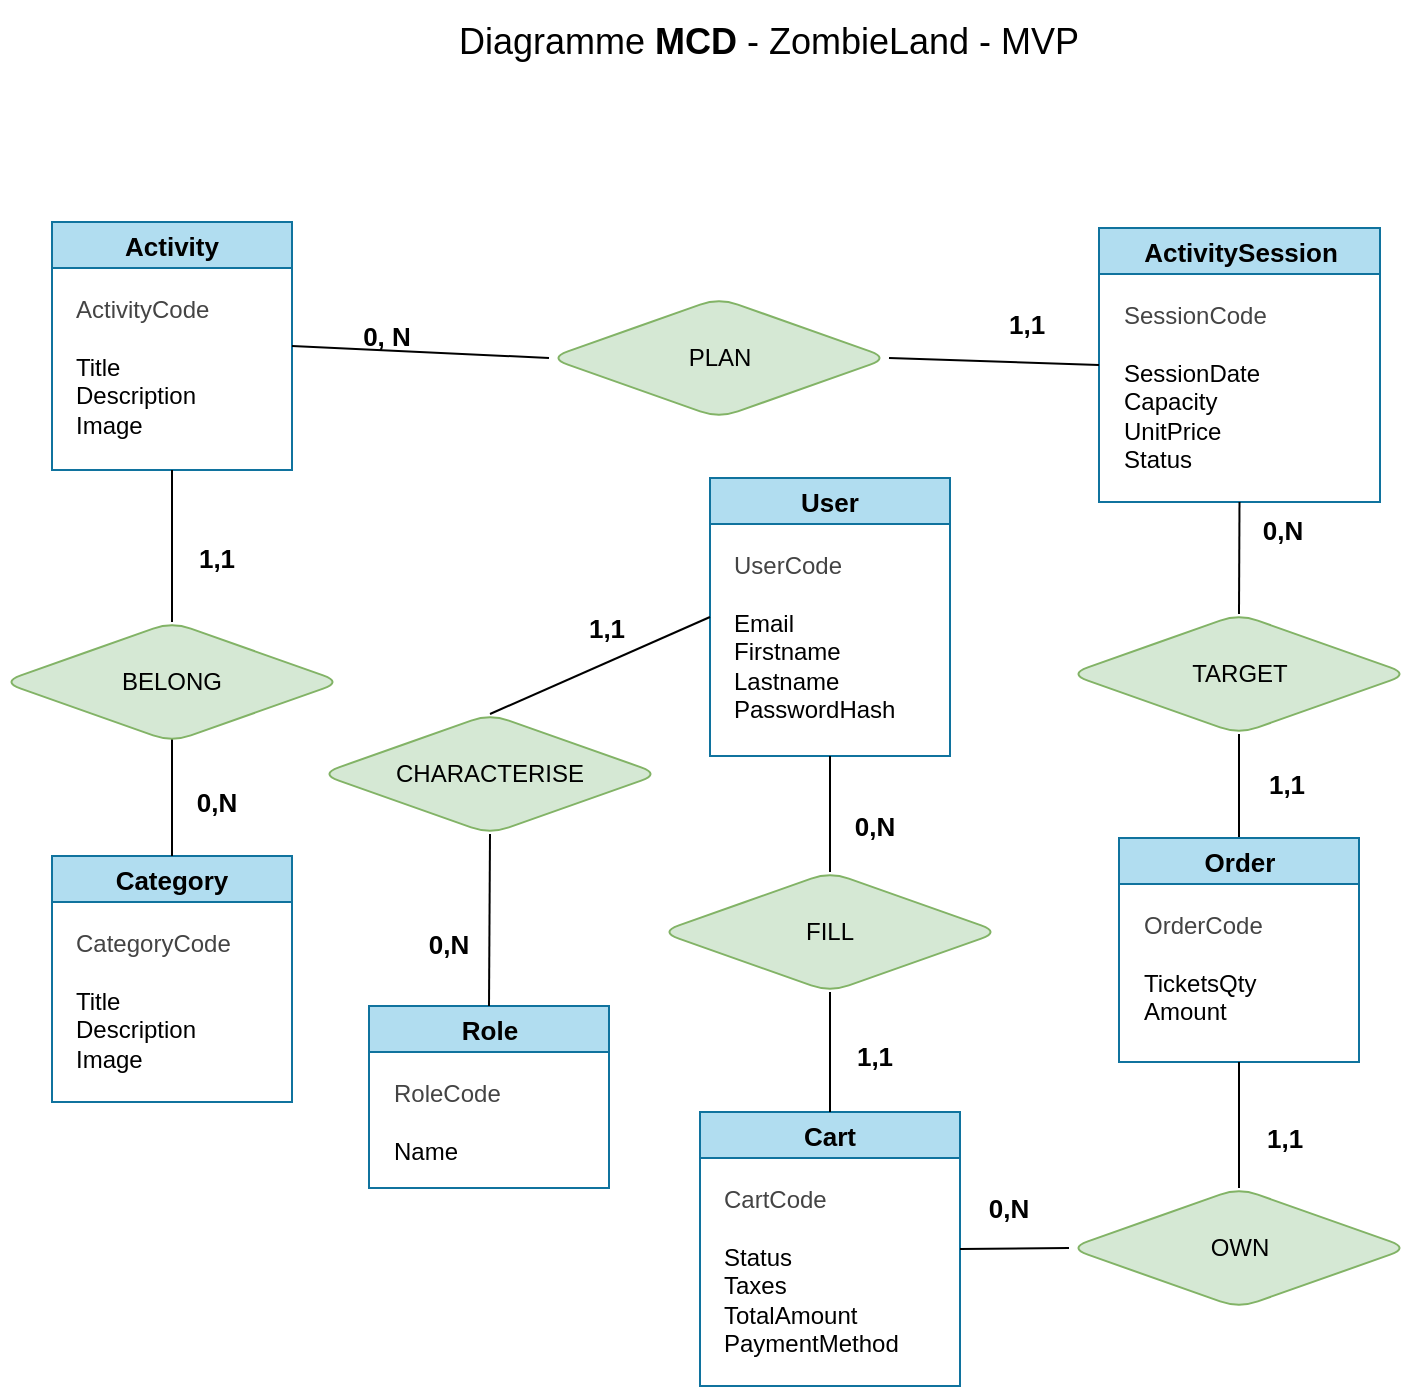
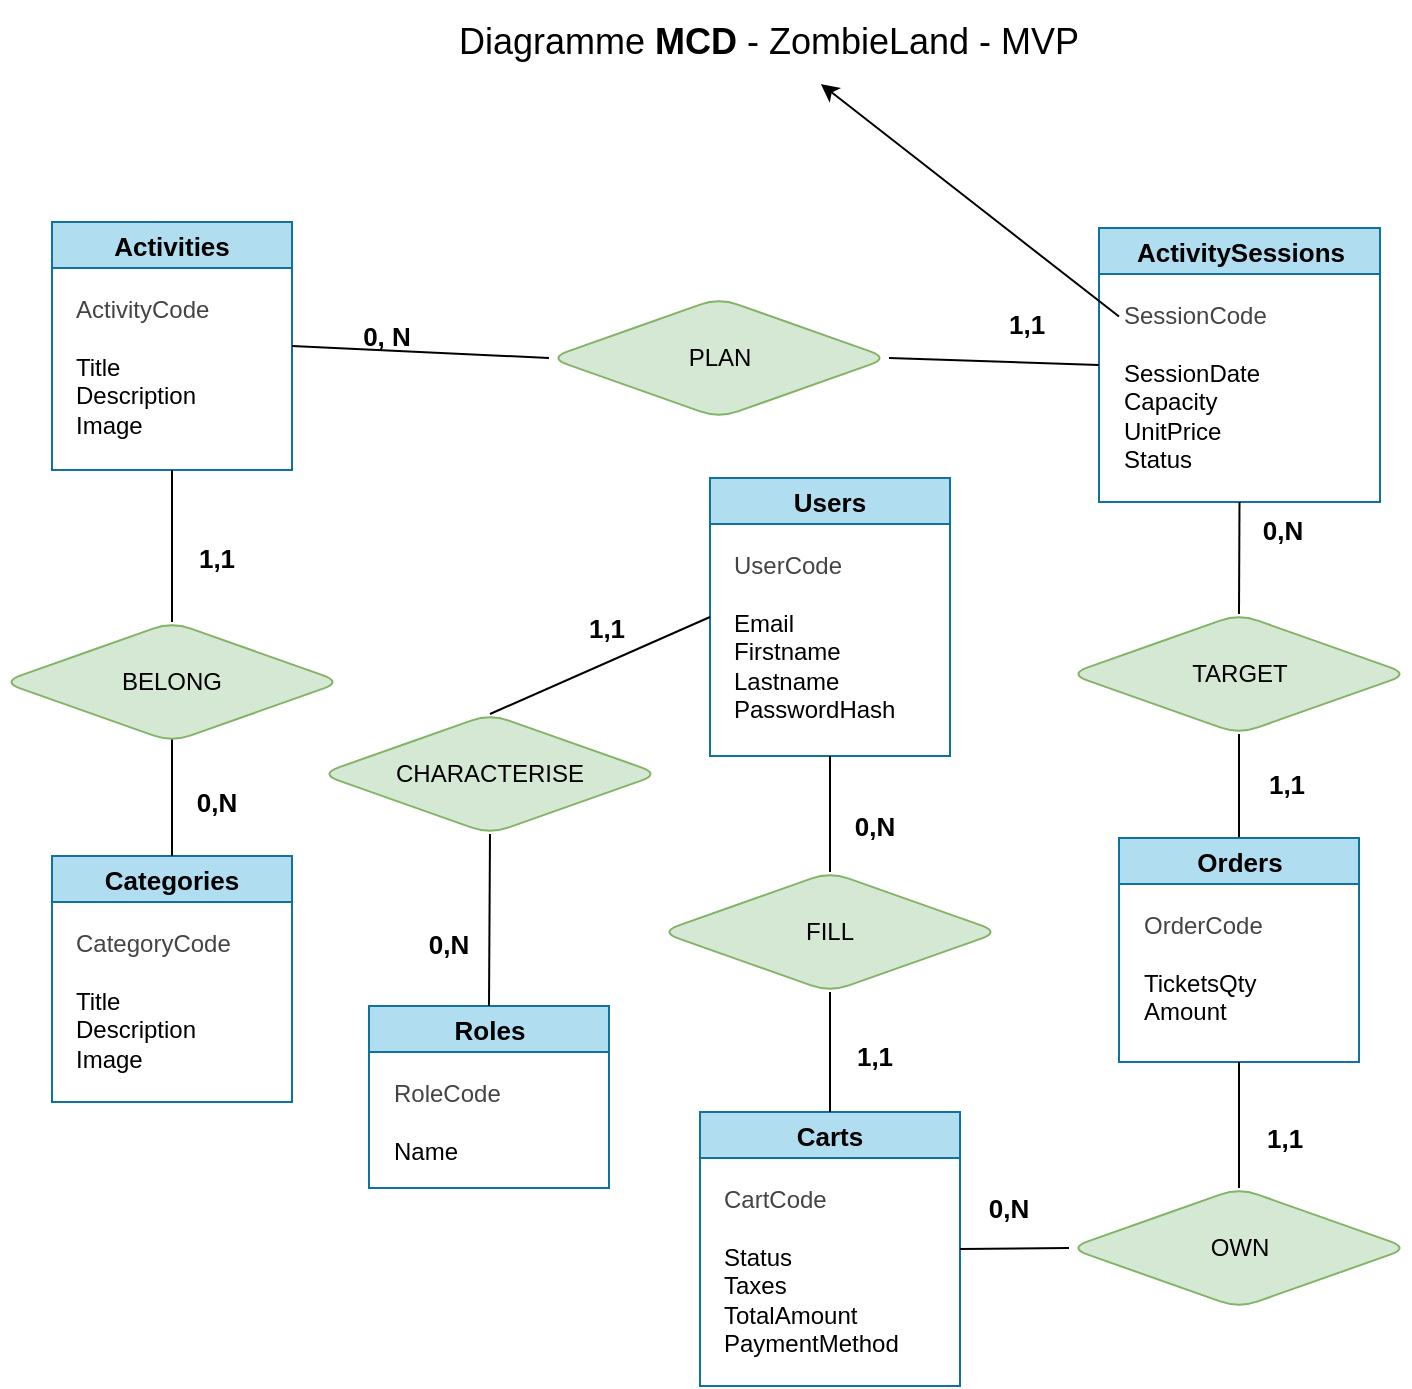
<mxfile host="65bd71144e" scale="1.2" border="20">
    <diagram id="sFbCCN8hRzaVC_Y82tKL" name="Page-1">
-         <mxGraphModel dx="982" dy="793" grid="0" gridSize="10" guides="1" tooltips="1" connect="1" arrows="1" fold="1" page="1" pageScale="1" pageWidth="827" pageHeight="1169" background="#FFFFFF" math="0" shadow="0">
+         <mxGraphModel dx="1631" dy="793" grid="0" gridSize="10" guides="1" tooltips="1" connect="1" arrows="1" fold="1" page="1" pageScale="1" pageWidth="827" pageHeight="1169" background="#FFFFFF" math="0" shadow="0">
            <root>
                <mxCell id="0"/>
                <mxCell id="1" parent="0"/>
                <mxCell id="116" value="&lt;span style=&quot;font-weight: normal;&quot;&gt;Diagramme &lt;/span&gt;MCD &lt;span style=&quot;font-weight: normal;&quot;&gt;- ZombieLand - MVP&lt;/span&gt;" style="text;strokeColor=none;fillColor=none;html=1;fontSize=18;fontStyle=1;verticalAlign=middle;align=center;fontColor=#000000;" parent="1" vertex="1">
                    <mxGeometry x="218" y="79" width="451" height="42" as="geometry"/>
                </mxCell>
-                 <mxCell id="117" value="&lt;span style=&quot;text-align: left;&quot;&gt;User&lt;/span&gt;" style="swimlane;whiteSpace=wrap;html=1;fillColor=#b1ddf0;strokeColor=#10739e;fillStyle=auto;shadow=0;swimlaneLine=1;rounded=0;fontSize=13;fontStyle=1;" parent="1" vertex="1">
+                 <mxCell id="117" value="&lt;span style=&quot;text-align: left;&quot;&gt;Users&lt;/span&gt;" style="swimlane;whiteSpace=wrap;html=1;fillColor=#b1ddf0;strokeColor=#10739e;fillStyle=auto;shadow=0;swimlaneLine=1;rounded=0;fontSize=13;fontStyle=1;" parent="1" vertex="1">
                    <mxGeometry x="415" y="318" width="120" height="139" as="geometry"/>
                </mxCell>
                <mxCell id="118" value="&lt;span style=&quot;text-wrap-mode: wrap;&quot;&gt;&lt;font style=&quot;color: rgb(68, 68, 68);&quot;&gt;UserCode&lt;/font&gt;&lt;/span&gt;&lt;br&gt;&lt;div&gt;&lt;span style=&quot;text-wrap-mode: wrap;&quot;&gt;&lt;br&gt;&lt;/span&gt;&lt;/div&gt;&lt;div&gt;&lt;span style=&quot;text-wrap-mode: wrap;&quot;&gt;&lt;span style=&quot;scrollbar-color: rgb(226, 226, 226) rgb(251, 251, 251);&quot;&gt;Email&lt;/span&gt;&lt;/span&gt;&lt;/div&gt;&lt;div&gt;&lt;span style=&quot;text-wrap-mode: wrap;&quot;&gt;&lt;span style=&quot;scrollbar-color: rgb(226, 226, 226) rgb(251, 251, 251);&quot;&gt;Firstname&lt;/span&gt;&lt;br style=&quot;scrollbar-color: rgb(226, 226, 226) rgb(251, 251, 251);&quot;&gt;&lt;span style=&quot;scrollbar-color: rgb(226, 226, 226) rgb(251, 251, 251);&quot;&gt;Lastname&lt;/span&gt;&lt;br style=&quot;scrollbar-color: rgb(226, 226, 226) rgb(251, 251, 251);&quot;&gt;&lt;span style=&quot;scrollbar-color: rgb(226, 226, 226) rgb(251, 251, 251);&quot;&gt;PasswordHash&lt;/span&gt;&lt;/span&gt;&lt;/div&gt;" style="text;html=1;align=left;verticalAlign=top;resizable=0;points=[];autosize=1;strokeColor=none;fillColor=none;rotation=0;flipV=0;flipH=0;shadow=0;swimlaneLine=1;fontColor=#000000;" parent="117" vertex="1">
                    <mxGeometry x="10" y="30" width="100" height="100" as="geometry"/>
                </mxCell>
-                 <mxCell id="119" value="&lt;span style=&quot;text-align: left;&quot;&gt;Activity&lt;/span&gt;" style="swimlane;whiteSpace=wrap;html=1;fillColor=#b1ddf0;strokeColor=#10739e;fillStyle=auto;shadow=0;swimlaneLine=1;rounded=0;fontSize=13;fontStyle=1;" parent="1" vertex="1">
+                 <mxCell id="119" value="&lt;span style=&quot;text-align: left;&quot;&gt;Activities&lt;/span&gt;" style="swimlane;whiteSpace=wrap;html=1;fillColor=#b1ddf0;strokeColor=#10739e;fillStyle=auto;shadow=0;swimlaneLine=1;rounded=0;fontSize=13;fontStyle=1;" parent="1" vertex="1">
                    <mxGeometry x="86" y="190" width="120" height="124" as="geometry"/>
                </mxCell>
                <mxCell id="120" value="&lt;font style=&quot;&quot;&gt;&lt;span style=&quot;text-wrap-mode: wrap;&quot;&gt;&lt;font style=&quot;color: rgb(68, 68, 68);&quot;&gt;ActivityCode&lt;/font&gt;&lt;/span&gt;&lt;br&gt;&lt;/font&gt;&lt;div&gt;&lt;span style=&quot;text-wrap-mode: wrap;&quot;&gt;&lt;br&gt;&lt;/span&gt;&lt;/div&gt;&lt;div&gt;&lt;span style=&quot;text-wrap-mode: wrap;&quot;&gt;&lt;span style=&quot;scrollbar-color: rgb(226, 226, 226) rgb(251, 251, 251);&quot;&gt;Title&lt;/span&gt;&lt;br style=&quot;scrollbar-color: rgb(226, 226, 226) rgb(251, 251, 251);&quot;&gt;&lt;span style=&quot;scrollbar-color: rgb(226, 226, 226) rgb(251, 251, 251);&quot;&gt;Description&lt;/span&gt;&lt;/span&gt;&lt;/div&gt;&lt;div&gt;&lt;span style=&quot;text-wrap-mode: wrap;&quot;&gt;&lt;span style=&quot;scrollbar-color: rgb(226, 226, 226) rgb(251, 251, 251);&quot;&gt;Image&lt;/span&gt;&lt;/span&gt;&lt;/div&gt;" style="text;html=1;align=left;verticalAlign=top;resizable=0;points=[];autosize=1;strokeColor=none;fillColor=none;rotation=0;flipV=0;flipH=0;shadow=0;swimlaneLine=1;fontColor=#000000;" parent="119" vertex="1">
                    <mxGeometry x="10" y="30" width="85" height="84" as="geometry"/>
                </mxCell>
-                 <mxCell id="121" value="&lt;span style=&quot;text-align: left;&quot;&gt;Category&lt;/span&gt;" style="swimlane;whiteSpace=wrap;html=1;fillColor=#b1ddf0;strokeColor=#10739e;fillStyle=auto;shadow=0;swimlaneLine=1;rounded=0;fontSize=13;fontStyle=1;" parent="1" vertex="1">
+                 <mxCell id="121" value="&lt;span style=&quot;text-align: left;&quot;&gt;Categories&lt;/span&gt;" style="swimlane;whiteSpace=wrap;html=1;fillColor=#b1ddf0;strokeColor=#10739e;fillStyle=auto;shadow=0;swimlaneLine=1;rounded=0;fontSize=13;fontStyle=1;" parent="1" vertex="1">
                    <mxGeometry x="86" y="507" width="120" height="123" as="geometry"/>
                </mxCell>
                <mxCell id="122" value="&lt;span style=&quot;text-wrap-mode: wrap;&quot;&gt;&lt;font style=&quot;color: rgb(68, 68, 68);&quot;&gt;CategoryCode&lt;/font&gt;&lt;/span&gt;&lt;br&gt;&lt;div&gt;&lt;span style=&quot;text-wrap-mode: wrap;&quot;&gt;&lt;br&gt;&lt;/span&gt;&lt;/div&gt;&lt;div&gt;&lt;span style=&quot;text-wrap-mode: wrap;&quot;&gt;&lt;span style=&quot;scrollbar-color: rgb(226, 226, 226) rgb(251, 251, 251);&quot;&gt;Title&lt;/span&gt;&lt;br style=&quot;scrollbar-color: rgb(226, 226, 226) rgb(251, 251, 251);&quot;&gt;&lt;span style=&quot;scrollbar-color: rgb(226, 226, 226) rgb(251, 251, 251);&quot;&gt;Description&lt;/span&gt;&lt;/span&gt;&lt;/div&gt;&lt;div&gt;&lt;span style=&quot;text-wrap-mode: wrap;&quot;&gt;&lt;span style=&quot;scrollbar-color: rgb(226, 226, 226) rgb(251, 251, 251);&quot;&gt;Image&lt;/span&gt;&lt;/span&gt;&lt;/div&gt;" style="text;html=1;align=left;verticalAlign=top;resizable=0;points=[];autosize=1;strokeColor=none;fillColor=none;rotation=0;flipV=0;flipH=0;shadow=0;swimlaneLine=1;fontColor=#000000;" parent="121" vertex="1">
                    <mxGeometry x="10" y="30" width="100" height="90" as="geometry"/>
                </mxCell>
-                 <mxCell id="123" value="&lt;span style=&quot;text-align: left;&quot;&gt;ActivitySession&lt;/span&gt;" style="swimlane;whiteSpace=wrap;html=1;fillColor=#b1ddf0;strokeColor=#10739e;fillStyle=auto;shadow=0;swimlaneLine=1;rounded=0;fontSize=13;fontStyle=1;" parent="1" vertex="1">
+                 <mxCell id="123" value="&lt;span style=&quot;text-align: left;&quot;&gt;ActivitySessions&lt;/span&gt;" style="swimlane;whiteSpace=wrap;html=1;fillColor=#b1ddf0;strokeColor=#10739e;fillStyle=auto;shadow=0;swimlaneLine=1;rounded=0;fontSize=13;fontStyle=1;" parent="1" vertex="1">
                    <mxGeometry x="609.5" y="193" width="140.5" height="137" as="geometry"/>
                </mxCell>
                <mxCell id="124" value="&lt;font style=&quot;&quot;&gt;&lt;span style=&quot;text-wrap-mode: wrap;&quot;&gt;&lt;font style=&quot;color: rgb(68, 68, 68);&quot;&gt;SessionCode&lt;/font&gt;&lt;/span&gt;&lt;br&gt;&lt;/font&gt;&lt;div&gt;&lt;span style=&quot;text-wrap-mode: wrap;&quot;&gt;&lt;font style=&quot;&quot;&gt;&lt;br&gt;&lt;/font&gt;&lt;/span&gt;&lt;/div&gt;&lt;div&gt;&lt;span style=&quot;text-wrap-mode: wrap;&quot;&gt;&lt;font style=&quot;&quot;&gt;&lt;div style=&quot;&quot;&gt;SessionDate&lt;/div&gt;&lt;div style=&quot;&quot;&gt;Capacity&lt;/div&gt;&lt;div style=&quot;&quot;&gt;UnitPrice&lt;/div&gt;&lt;div style=&quot;&quot;&gt;Status&lt;/div&gt;&lt;/font&gt;&lt;/span&gt;&lt;/div&gt;" style="text;html=1;align=left;verticalAlign=top;resizable=0;points=[];autosize=1;strokeColor=none;fillColor=none;rotation=0;flipV=0;flipH=0;shadow=0;swimlaneLine=1;fontColor=#000000;" parent="123" vertex="1">
                    <mxGeometry x="10" y="30" width="89" height="98" as="geometry"/>
                </mxCell>
-                 <mxCell id="125" value="&lt;span style=&quot;text-align: left;&quot;&gt;Cart&lt;/span&gt;" style="swimlane;whiteSpace=wrap;html=1;fillColor=#b1ddf0;strokeColor=#10739e;fillStyle=auto;shadow=0;swimlaneLine=1;rounded=0;fontSize=13;fontStyle=1;" parent="1" vertex="1">
+                 <mxCell id="125" value="&lt;span style=&quot;text-align: left;&quot;&gt;Carts&lt;/span&gt;" style="swimlane;whiteSpace=wrap;html=1;fillColor=#b1ddf0;strokeColor=#10739e;fillStyle=auto;shadow=0;swimlaneLine=1;rounded=0;fontSize=13;fontStyle=1;" parent="1" vertex="1">
                    <mxGeometry x="410" y="635" width="130" height="137" as="geometry"/>
                </mxCell>
                <mxCell id="126" value="&lt;span style=&quot;text-wrap-mode: wrap;&quot;&gt;&lt;font style=&quot;color: rgb(68, 68, 68);&quot;&gt;CartCode&lt;/font&gt;&lt;/span&gt;&lt;br&gt;&lt;div&gt;&lt;span style=&quot;text-wrap-mode: wrap;&quot;&gt;&lt;br&gt;Status&lt;/span&gt;&lt;/div&gt;&lt;div&gt;&lt;span style=&quot;text-wrap-mode: wrap;&quot;&gt;Taxes&lt;/span&gt;&lt;/div&gt;&lt;div&gt;&lt;span style=&quot;text-wrap-mode: wrap;&quot;&gt;&lt;font&gt;&lt;div style=&quot;&quot;&gt;TotalAmount&lt;/div&gt;&lt;div style=&quot;&quot;&gt;PaymentMethod&lt;/div&gt;&lt;/font&gt;&lt;/span&gt;&lt;/div&gt;" style="text;html=1;align=left;verticalAlign=top;resizable=0;points=[];autosize=1;strokeColor=none;fillColor=none;rotation=0;flipV=0;flipH=0;shadow=0;swimlaneLine=1;fontColor=#000000;" parent="125" vertex="1">
                    <mxGeometry x="10" y="30" width="105" height="98" as="geometry"/>
                </mxCell>
                <mxCell id="127" value="" style="endArrow=none;html=1;entryX=0.5;entryY=0;entryDx=0;entryDy=0;exitX=0.5;exitY=1;exitDx=0;exitDy=0;shadow=0;swimlaneLine=1;fontColor=#000000;" parent="1" target="121" edge="1">
                    <mxGeometry width="50" height="50" relative="1" as="geometry">
                        <mxPoint x="146" y="444" as="sourcePoint"/>
                        <mxPoint x="498.5" y="168" as="targetPoint"/>
                    </mxGeometry>
                </mxCell>
                <mxCell id="128" value="" style="endArrow=none;html=1;exitX=0.5;exitY=1;exitDx=0;exitDy=0;entryX=0.5;entryY=0;entryDx=0;entryDy=0;shadow=0;swimlaneLine=1;fontColor=#000000;" parent="1" source="119" target="152" edge="1">
                    <mxGeometry width="50" height="50" relative="1" as="geometry">
                        <mxPoint x="155" y="328" as="sourcePoint"/>
                        <mxPoint x="146" y="384" as="targetPoint"/>
                    </mxGeometry>
                </mxCell>
                <mxCell id="129" value="0, N" style="text;html=1;align=center;verticalAlign=middle;resizable=0;points=[];autosize=1;strokeColor=none;fillColor=none;shadow=0;swimlaneLine=1;fontSize=13;fontStyle=1;fontColor=#000000;" parent="1" vertex="1">
                    <mxGeometry x="227.5" y="232" width="50" height="30" as="geometry"/>
                </mxCell>
                <mxCell id="130" value="" style="endArrow=none;html=1;exitX=0;exitY=0.5;exitDx=0;exitDy=0;shadow=0;swimlaneLine=1;entryX=1;entryY=0.5;entryDx=0;entryDy=0;fontColor=#000000;" parent="1" source="151" target="119" edge="1">
                    <mxGeometry width="50" height="50" relative="1" as="geometry">
                        <mxPoint x="356.5" y="258" as="sourcePoint"/>
                        <mxPoint x="296.5" y="258" as="targetPoint"/>
                    </mxGeometry>
                </mxCell>
                <mxCell id="131" value="" style="endArrow=none;html=1;exitX=0;exitY=0.5;exitDx=0;exitDy=0;entryX=1;entryY=0.5;entryDx=0;entryDy=0;shadow=0;swimlaneLine=1;fontColor=#000000;" parent="1" source="123" target="151" edge="1">
                    <mxGeometry width="50" height="50" relative="1" as="geometry">
                        <mxPoint x="705" y="247" as="sourcePoint"/>
                        <mxPoint x="544.5" y="258" as="targetPoint"/>
                    </mxGeometry>
                </mxCell>
                <mxCell id="132" value="1,&lt;span style=&quot;background-color: transparent;&quot;&gt;1&lt;/span&gt;" style="text;html=1;align=center;verticalAlign=middle;resizable=0;points=[];autosize=1;strokeColor=none;fillColor=none;shadow=0;swimlaneLine=1;fontSize=13;fontStyle=1;fontColor=#000000;" parent="1" vertex="1">
                    <mxGeometry x="552.5" y="226" width="40" height="30" as="geometry"/>
                </mxCell>
                <mxCell id="133" value="1,1" style="text;html=1;align=center;verticalAlign=middle;resizable=0;points=[];autosize=1;strokeColor=none;fillColor=none;shadow=0;swimlaneLine=1;fontSize=13;fontStyle=1;fontColor=#000000;" parent="1" vertex="1">
                    <mxGeometry x="147.5" y="343" width="40" height="30" as="geometry"/>
                </mxCell>
                <mxCell id="134" value="0,N" style="text;html=1;align=center;verticalAlign=middle;resizable=0;points=[];autosize=1;strokeColor=none;fillColor=none;shadow=0;swimlaneLine=1;fontSize=13;fontStyle=1;fontColor=#000000;" parent="1" vertex="1">
                    <mxGeometry x="147.5" y="465" width="40" height="30" as="geometry"/>
                </mxCell>
                <mxCell id="135" value="" style="endArrow=none;html=1;entryX=0.5;entryY=1;entryDx=0;entryDy=0;exitX=0.5;exitY=0;exitDx=0;exitDy=0;shadow=0;swimlaneLine=1;fontColor=#000000;" parent="1" source="150" target="123" edge="1">
                    <mxGeometry width="50" height="50" relative="1" as="geometry">
                        <mxPoint x="679.5" y="378" as="sourcePoint"/>
                        <mxPoint x="878" y="318" as="targetPoint"/>
                    </mxGeometry>
                </mxCell>
                <mxCell id="136" value="" style="endArrow=none;html=1;entryX=0.5;entryY=1;entryDx=0;entryDy=0;exitX=0.5;exitY=0;exitDx=0;exitDy=0;shadow=0;swimlaneLine=1;fontColor=#000000;" parent="1" source="143" target="150" edge="1">
                    <mxGeometry width="50" height="50" relative="1" as="geometry">
                        <mxPoint x="478" y="498" as="sourcePoint"/>
                        <mxPoint x="679.5" y="428" as="targetPoint"/>
                    </mxGeometry>
                </mxCell>
                <mxCell id="138" value="1,1" style="text;html=1;align=center;verticalAlign=middle;resizable=0;points=[];autosize=1;strokeColor=none;fillColor=none;shadow=0;swimlaneLine=1;fontSize=13;fontStyle=1;fontColor=#000000;" parent="1" vertex="1">
                    <mxGeometry x="683" y="456" width="40" height="30" as="geometry"/>
                </mxCell>
                <mxCell id="139" value="" style="endArrow=none;html=1;exitX=0.5;exitY=1;exitDx=0;exitDy=0;entryX=0.5;entryY=0;entryDx=0;entryDy=0;shadow=0;swimlaneLine=1;fontColor=#000000;" parent="1" source="117" target="153" edge="1">
                    <mxGeometry width="50" height="50" relative="1" as="geometry">
                        <mxPoint x="475" y="498" as="sourcePoint"/>
                        <mxPoint x="475.5" y="518" as="targetPoint"/>
                    </mxGeometry>
                </mxCell>
                <mxCell id="140" value="" style="endArrow=none;html=1;entryX=0.5;entryY=0;entryDx=0;entryDy=0;exitX=0.5;exitY=1;exitDx=0;exitDy=0;shadow=0;swimlaneLine=1;fontColor=#000000;" parent="1" source="153" target="125" edge="1">
                    <mxGeometry width="50" height="50" relative="1" as="geometry">
                        <mxPoint x="475" y="568" as="sourcePoint"/>
                        <mxPoint x="216" y="633" as="targetPoint"/>
                    </mxGeometry>
                </mxCell>
                <mxCell id="141" value="0,N" style="text;html=1;align=center;verticalAlign=middle;resizable=0;points=[];autosize=1;strokeColor=none;fillColor=none;shadow=0;swimlaneLine=1;fontSize=13;fontStyle=1;fontColor=#000000;" parent="1" vertex="1">
                    <mxGeometry x="477" y="477" width="40" height="30" as="geometry"/>
                </mxCell>
                <mxCell id="142" value="1,&lt;span style=&quot;background-color: transparent;&quot;&gt;1&lt;/span&gt;" style="text;html=1;align=center;verticalAlign=middle;resizable=0;points=[];autosize=1;strokeColor=none;fillColor=none;shadow=0;swimlaneLine=1;fontSize=13;fontStyle=1;fontColor=#000000;" parent="1" vertex="1">
                    <mxGeometry x="682" y="633" width="40" height="30" as="geometry"/>
                </mxCell>
-                 <mxCell id="143" value="&lt;span style=&quot;text-align: left;&quot;&gt;Order&lt;/span&gt;" style="swimlane;whiteSpace=wrap;html=1;fillColor=#b1ddf0;strokeColor=#10739e;fillStyle=auto;shadow=0;swimlaneLine=1;rounded=0;fontSize=13;fontStyle=1;" parent="1" vertex="1">
+                 <mxCell id="143" value="&lt;span style=&quot;text-align: left;&quot;&gt;Orders&lt;/span&gt;" style="swimlane;whiteSpace=wrap;html=1;fillColor=#b1ddf0;strokeColor=#10739e;fillStyle=auto;shadow=0;swimlaneLine=1;rounded=0;fontSize=13;fontStyle=1;startSize=23;" parent="1" vertex="1">
                    <mxGeometry x="619.5" y="498" width="120" height="112" as="geometry">
                        <mxRectangle x="546.5" y="439" width="88" height="26" as="alternateBounds"/>
                    </mxGeometry>
                </mxCell>
                <mxCell id="144" value="&lt;span style=&quot;text-wrap-mode: wrap;&quot;&gt;&lt;font style=&quot;color: rgb(68, 68, 68);&quot;&gt;OrderCode&lt;/font&gt;&lt;/span&gt;&lt;br&gt;&lt;div&gt;&lt;span style=&quot;text-wrap-mode: wrap;&quot;&gt;&lt;br&gt;&lt;/span&gt;&lt;/div&gt;&lt;div&gt;&lt;span style=&quot;text-wrap-mode: wrap;&quot;&gt;&lt;font&gt;&lt;div style=&quot;&quot;&gt;TicketsQty&lt;/div&gt;&lt;div style=&quot;&quot;&gt;Amount&lt;/div&gt;&lt;/font&gt;&lt;/span&gt;&lt;/div&gt;" style="text;html=1;align=left;verticalAlign=top;resizable=0;points=[];autosize=1;strokeColor=none;fillColor=none;rotation=0;flipV=0;flipH=0;shadow=0;swimlaneLine=1;fontColor=#000000;" parent="143" vertex="1">
                    <mxGeometry x="10" y="30" width="77" height="70" as="geometry"/>
                </mxCell>
                <mxCell id="145" value="" style="endArrow=none;html=1;exitX=0;exitY=0.5;exitDx=0;exitDy=0;entryX=1;entryY=0.5;entryDx=0;entryDy=0;shadow=0;swimlaneLine=1;fontColor=#000000;" parent="1" source="149" target="125" edge="1">
                    <mxGeometry width="50" height="50" relative="1" as="geometry">
                        <mxPoint x="576.5" y="703" as="sourcePoint"/>
                        <mxPoint x="525" y="702.9999999999998" as="targetPoint"/>
                    </mxGeometry>
                </mxCell>
                <mxCell id="146" value="" style="endArrow=none;html=1;exitX=0.5;exitY=1;exitDx=0;exitDy=0;entryX=0.5;entryY=0;entryDx=0;entryDy=0;shadow=0;swimlaneLine=1;fontColor=#000000;" parent="1" source="143" target="149" edge="1">
                    <mxGeometry width="50" height="50" relative="1" as="geometry">
                        <mxPoint x="679.5" y="628" as="sourcePoint"/>
                        <mxPoint x="679.5" y="678" as="targetPoint"/>
                    </mxGeometry>
                </mxCell>
                <mxCell id="147" value="0,N" style="text;html=1;align=center;verticalAlign=middle;resizable=0;points=[];autosize=1;strokeColor=none;fillColor=none;shadow=0;swimlaneLine=1;fontSize=13;fontStyle=1;fontColor=#000000;" parent="1" vertex="1">
                    <mxGeometry x="544" y="668" width="40" height="30" as="geometry"/>
                </mxCell>
                <mxCell id="148" value="1,1" style="text;html=1;align=center;verticalAlign=middle;resizable=0;points=[];autosize=1;strokeColor=none;fillColor=none;shadow=0;swimlaneLine=1;fontSize=13;fontStyle=1;fontColor=#000000;" parent="1" vertex="1">
                    <mxGeometry x="477" y="592" width="40" height="30" as="geometry"/>
                </mxCell>
                <mxCell id="149" value="&lt;span style=&quot;text-align: left;&quot;&gt;OWN&lt;/span&gt;" style="rhombus;whiteSpace=wrap;html=1;fillColor=#d5e8d4;strokeColor=#82b366;fillStyle=auto;shadow=0;swimlaneLine=1;rounded=1;fontStyle=0" parent="1" vertex="1">
                    <mxGeometry x="594.5" y="673" width="170" height="60" as="geometry"/>
                </mxCell>
                <mxCell id="150" value="&lt;span style=&quot;text-align: left;&quot;&gt;TARGET&lt;/span&gt;" style="rhombus;whiteSpace=wrap;html=1;fillColor=#d5e8d4;strokeColor=#82b366;fillStyle=auto;rounded=1;shadow=0;swimlaneLine=1;fontStyle=0" parent="1" vertex="1">
                    <mxGeometry x="594.5" y="386" width="170" height="60" as="geometry"/>
                </mxCell>
                <mxCell id="151" value="&lt;span style=&quot;text-align: left;&quot;&gt;PLAN&lt;/span&gt;" style="rhombus;whiteSpace=wrap;html=1;fillColor=#d5e8d4;strokeColor=#82b366;fillStyle=auto;rounded=1;shadow=0;swimlaneLine=1;textShadow=0;labelBackgroundColor=none;labelBorderColor=none;fontStyle=0" parent="1" vertex="1">
                    <mxGeometry x="334.5" y="228" width="170" height="60" as="geometry"/>
                </mxCell>
                <mxCell id="152" value="&lt;span style=&quot;text-align: left;&quot;&gt;BELONG&lt;/span&gt;" style="rhombus;whiteSpace=wrap;html=1;fillColor=#d5e8d4;strokeColor=#82b366;fillStyle=auto;shadow=0;swimlaneLine=1;rounded=1;fontStyle=0" parent="1" vertex="1">
                    <mxGeometry x="61" y="390" width="170" height="60" as="geometry"/>
                </mxCell>
                <mxCell id="153" value="&lt;span style=&quot;text-align: left;&quot;&gt;FILL&lt;/span&gt;" style="rhombus;whiteSpace=wrap;html=1;fillColor=#d5e8d4;strokeColor=#82b366;fillStyle=auto;shadow=0;swimlaneLine=1;rounded=1;fontStyle=0" parent="1" vertex="1">
                    <mxGeometry x="390" y="515" width="170" height="60" as="geometry"/>
                </mxCell>
-                 <mxCell id="154" value="&lt;span style=&quot;text-align: left;&quot;&gt;Role&lt;/span&gt;" style="swimlane;whiteSpace=wrap;html=1;fillColor=#b1ddf0;strokeColor=#10739e;fillStyle=auto;shadow=0;swimlaneLine=1;rounded=0;fontSize=13;fontStyle=1;" parent="1" vertex="1">
+                 <mxCell id="154" value="&lt;span style=&quot;text-align: left;&quot;&gt;Roles&lt;/span&gt;" style="swimlane;whiteSpace=wrap;html=1;fillColor=#b1ddf0;strokeColor=#10739e;fillStyle=auto;shadow=0;swimlaneLine=1;rounded=0;fontSize=13;fontStyle=1;startSize=23;" parent="1" vertex="1">
                    <mxGeometry x="244.5" y="582" width="120" height="91" as="geometry">
                        <mxRectangle x="546.5" y="439" width="88" height="26" as="alternateBounds"/>
                    </mxGeometry>
                </mxCell>
                <mxCell id="155" value="&lt;span style=&quot;text-wrap-mode: wrap;&quot;&gt;&lt;font style=&quot;color: rgb(68, 68, 68);&quot;&gt;RoleCode&lt;/font&gt;&lt;/span&gt;&lt;br&gt;&lt;div&gt;&lt;span style=&quot;text-wrap-mode: wrap;&quot;&gt;&lt;br&gt;&lt;/span&gt;&lt;/div&gt;&lt;div&gt;&lt;span style=&quot;text-wrap-mode: wrap;&quot;&gt;&lt;font&gt;&lt;div style=&quot;&quot;&gt;Name&lt;/div&gt;&lt;/font&gt;&lt;/span&gt;&lt;/div&gt;" style="text;html=1;align=left;verticalAlign=top;resizable=0;points=[];autosize=1;strokeColor=none;fillColor=none;rotation=0;flipV=0;flipH=0;shadow=0;swimlaneLine=1;fontColor=#000000;" parent="154" vertex="1">
                    <mxGeometry x="10" y="30" width="80" height="60" as="geometry"/>
                </mxCell>
                <mxCell id="157" value="0,N" style="text;html=1;align=center;verticalAlign=middle;resizable=0;points=[];autosize=1;strokeColor=none;fillColor=none;shadow=0;swimlaneLine=1;fontSize=13;fontStyle=1;fontColor=#000000;" parent="1" vertex="1">
                    <mxGeometry x="681" y="329" width="40" height="30" as="geometry"/>
                </mxCell>
                <mxCell id="158" value="" style="endArrow=none;html=1;entryX=0;entryY=0.5;entryDx=0;entryDy=0;exitX=0.5;exitY=0;exitDx=0;exitDy=0;fontColor=#000000;" parent="1" source="160" target="117" edge="1">
                    <mxGeometry width="50" height="50" relative="1" as="geometry">
                        <mxPoint x="320" y="425" as="sourcePoint"/>
                        <mxPoint x="405" y="401" as="targetPoint"/>
                    </mxGeometry>
                </mxCell>
                <mxCell id="160" value="&lt;div style=&quot;text-align: left;&quot;&gt;&lt;span style=&quot;background-color: transparent;&quot;&gt;CHARACTERISE&lt;/span&gt;&lt;/div&gt;" style="rhombus;whiteSpace=wrap;html=1;fillColor=#d5e8d4;strokeColor=#82b366;fillStyle=auto;shadow=0;swimlaneLine=1;rounded=1;fontStyle=0" parent="1" vertex="1">
                    <mxGeometry x="220" y="436" width="170" height="60" as="geometry"/>
                </mxCell>
                <mxCell id="161" value="" style="endArrow=none;html=1;entryX=0.5;entryY=1;entryDx=0;entryDy=0;exitX=0.5;exitY=0;exitDx=0;exitDy=0;fontColor=#000000;" parent="1" source="154" target="160" edge="1">
                    <mxGeometry width="50" height="50" relative="1" as="geometry">
                        <mxPoint x="410" y="615" as="sourcePoint"/>
                        <mxPoint x="460" y="565" as="targetPoint"/>
                    </mxGeometry>
                </mxCell>
                <mxCell id="162" value="1,1" style="text;html=1;align=center;verticalAlign=middle;resizable=0;points=[];autosize=1;strokeColor=none;fillColor=none;shadow=0;swimlaneLine=1;fontSize=13;fontStyle=1;fontColor=#000000;" parent="1" vertex="1">
                    <mxGeometry x="343" y="378" width="40" height="30" as="geometry"/>
                </mxCell>
                <mxCell id="163" value="0,N" style="text;html=1;align=center;verticalAlign=middle;resizable=0;points=[];autosize=1;strokeColor=none;fillColor=none;shadow=0;swimlaneLine=1;fontSize=13;fontStyle=1;fontColor=#000000;" parent="1" vertex="1">
                    <mxGeometry x="264" y="536" width="40" height="30" as="geometry"/>
                </mxCell>
+                 <mxCell id="164" value="" style="edgeStyle=none;html=1;" edge="1" parent="1" source="124" target="116">
+                     <mxGeometry relative="1" as="geometry"/>
+                 </mxCell>
            </root>
        </mxGraphModel>
    </diagram>
</mxfile>